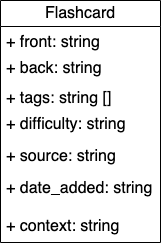
Earlier version of the draw.io export Flashcard.drawio.png (Notoriousjayy/Flashcard-App). Source tidied: cells renumbered, new cells last; positions are measured from the earlier drawing's top-left corner, leaving out a move shared by most shapes.
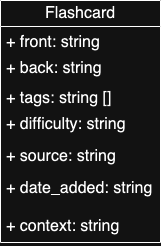
The same diagram one commit later.

The edit, as a diff of the source:
```diff
@@ -1,8 +1,8 @@
 <mxGraphModel>
   <root>
-    <mxCell id="0" />
-    <mxCell id="1" parent="0" />
+    <mxCell id="10" />
+    <mxCell id="11" parent="10" />
-    <mxCell id="2" value="Flashcard" style="swimlane;fontStyle=0;horizontal=1;startSize=26;fillColor=none;whiteSpace=wrap;html=1;fontSize=16;" parent="1" vertex="1">
+    <mxCell id="2" value="Flashcard" style="swimlane;fontStyle=0;horizontal=1;startSize=26;fillColor=none;whiteSpace=wrap;html=1;fontSize=16;" parent="11" vertex="1">
       <mxGeometry width="160" height="242" as="geometry" />
     </mxCell>
     <mxCell id="3" value="+ front: string" style="text;strokeColor=none;fillColor=none;align=left;verticalAlign=top;spacingLeft=4;spacingRight=4;overflow=hidden;whiteSpace=wrap;html=1;fontSize=16;" parent="2" vertex="1">
```
